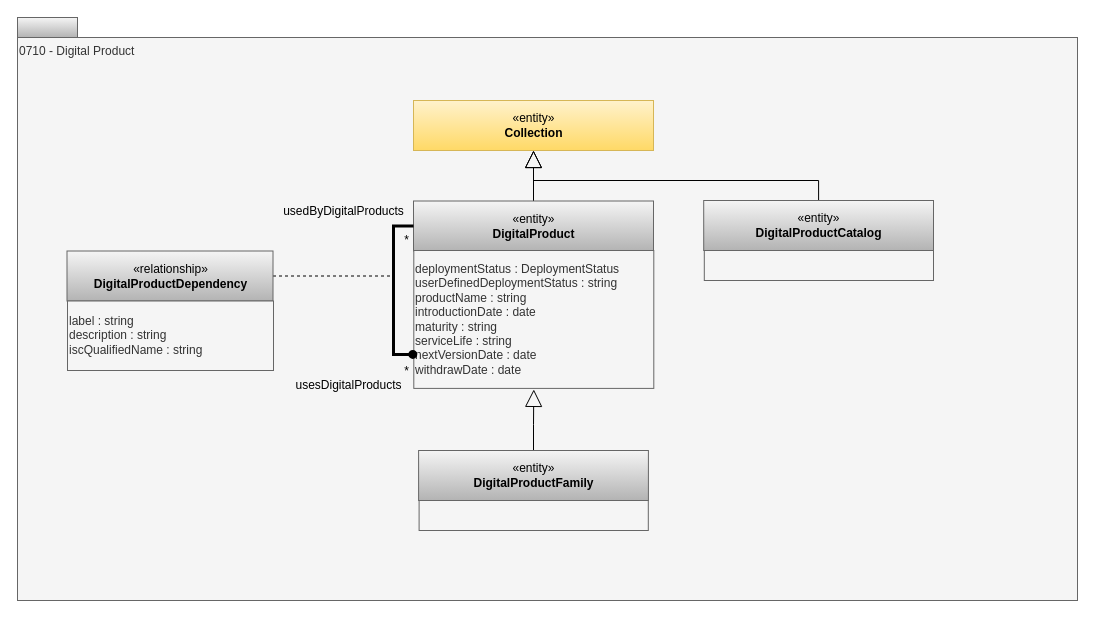
The draw.io diagram page "0710-Digital-Products" (3 of 20) of site/docs/types/7/area-7-lineage.drawio in odpi/egeria-docs, before the edit. Source tidied: cells renumbered, new cells numbered last; positions are measured from the earlier drawing's top-left corner, leaving out a move shared by most shapes. Both pictures are drawn from the tidied source at 100%, with x=0, y=0 at pixel (17, 17).
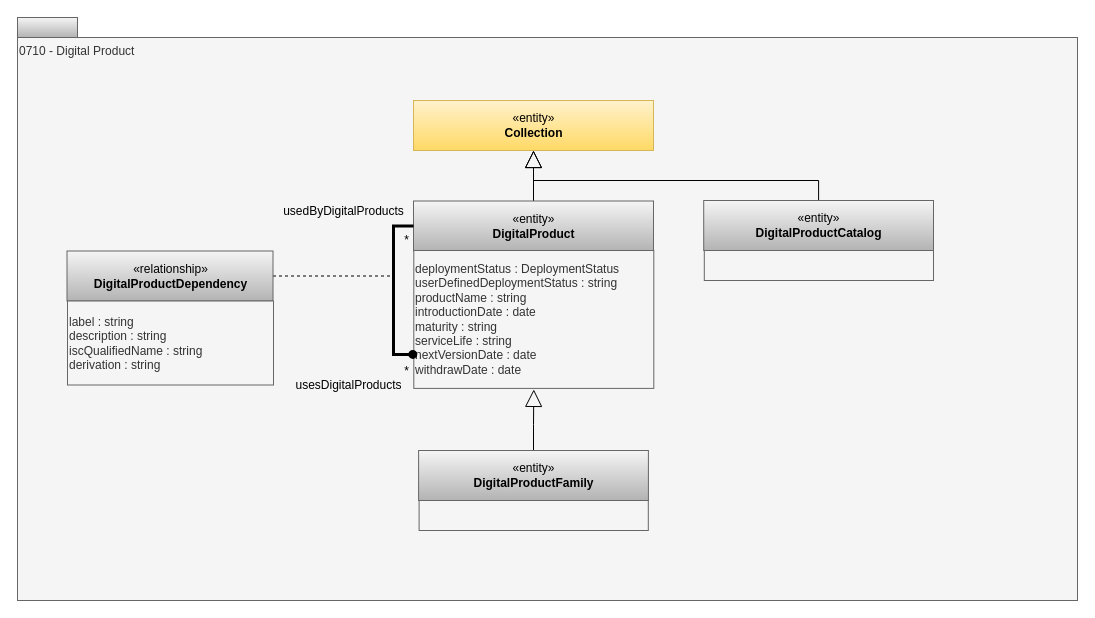
The same page after the edit.

Diff of the diagram source:
```diff
@@
-    <mxCell id="10" value="label : string&lt;div&gt;description : string&lt;/div&gt;&lt;div&gt;&lt;span style=&quot;background-color: transparent; color: light-dark(rgb(51, 51, 51), rgb(193, 193, 193));&quot;&gt;iscQualifiedName : string&lt;/span&gt;&lt;/div&gt;" style="rounded=0;whiteSpace=wrap;html=1;strokeColor=#666666;align=left;fillColor=#f5f5f5;fontColor=#333333;" parent="1" vertex="1">
-      <mxGeometry x="50" y="283.5" width="206" height="69.5" as="geometry" />
+    <mxCell id="10" value="label : string&lt;div&gt;description : string&lt;/div&gt;&lt;div&gt;&lt;span style=&quot;background-color: transparent; color: light-dark(rgb(51, 51, 51), rgb(193, 193, 193));&quot;&gt;iscQualifiedName : string&lt;/span&gt;&lt;/div&gt;&lt;div&gt;&lt;span style=&quot;background-color: transparent; color: light-dark(rgb(51, 51, 51), rgb(193, 193, 193));&quot;&gt;derivation : string&lt;/span&gt;&lt;/div&gt;" style="rounded=0;whiteSpace=wrap;html=1;strokeColor=#666666;align=left;fillColor=#f5f5f5;fontColor=#333333;" parent="1" vertex="1">
+      <mxGeometry x="50" y="283.5" width="206" height="84" as="geometry" />
     </mxCell>
```
